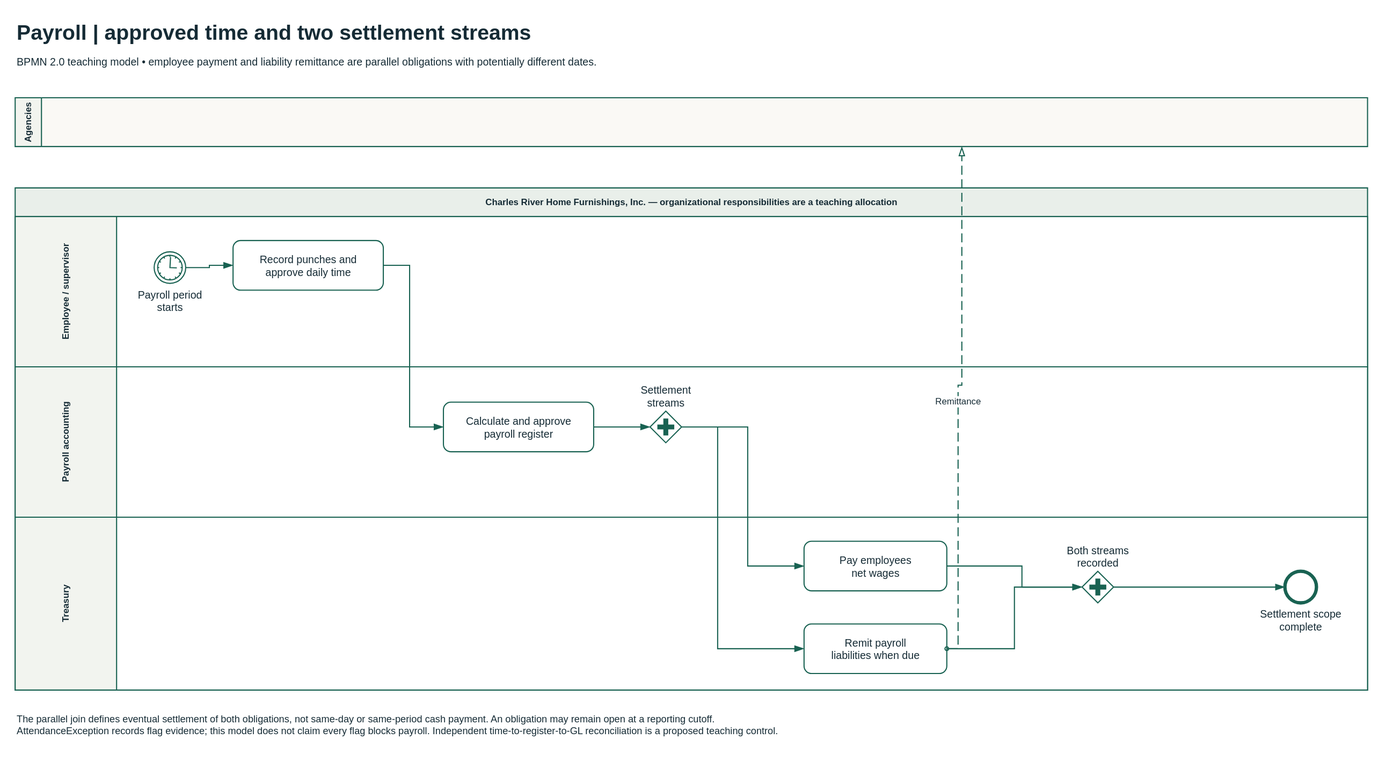
mmcodesso/CharlesRiver_Database keeps this draw.io diagram as static/diagrams/bpmn/payroll.svg. Above is the earlier version. Source tidied: cells renumbered, new cells last; positions are measured from the earlier drawing's top-left corner, leaving out a move shared by most shapes.
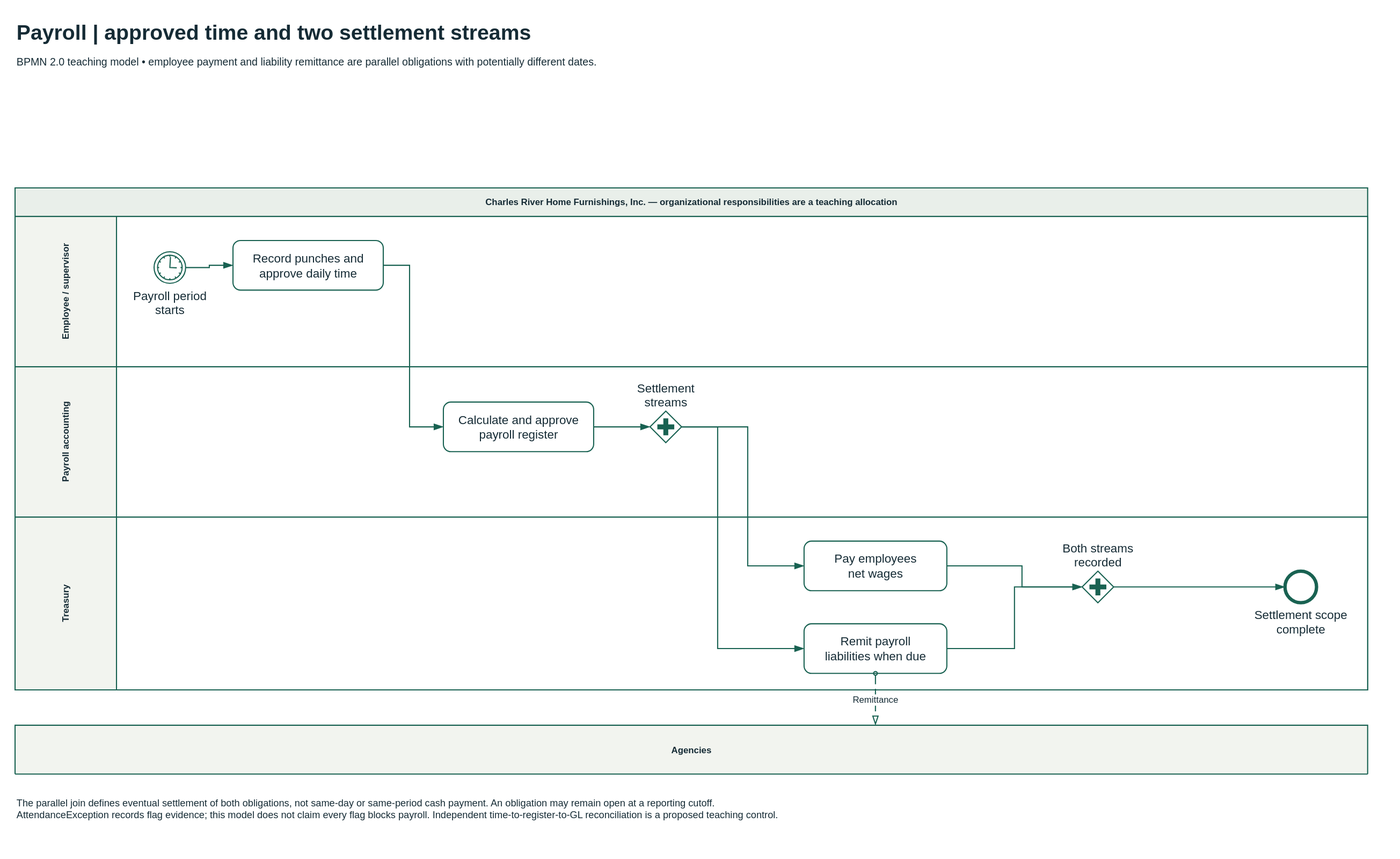
After the change.

What changed in the source:
```diff
@@ -14,38 +14,38 @@
     <mxCell id="5" value="Employee / supervisor" style="html=0;fontFamily=Arial;fontSize=14;fontColor=#152b35;strokeColor=#196252;strokeWidth=1.5;fillColor=#FFFFFF;whiteSpace=wrap;swimlane;horizontal=0;startSize=135;fontStyle=1;fillColor=#F2F4EF;swimlaneFillColor=#FFFFFF;" parent="4" vertex="1">
       <mxGeometry y="38" width="1800" height="200" as="geometry" />
     </mxCell>
-    <mxCell id="6" value="Payroll period&#10;starts" style="html=0;fontFamily=Arial;fontSize=14;fontColor=#152b35;strokeColor=#196252;strokeWidth=1.5;fillColor=#FFFFFF;whiteSpace=wrap;shape=mxgraph.bpmn.event;outline=standard;symbol=timer;perimeter=ellipsePerimeter;verticalLabelPosition=bottom;verticalAlign=top;labelBackgroundColor=#FFFFFF;labelWidth=140;" parent="5" vertex="1">
+    <mxCell id="6" value="Payroll period&#10;starts" style="html=0;fontFamily=Arial;fontColor=#152b35;strokeColor=#196252;strokeWidth=1.5;fillColor=#FFFFFF;whiteSpace=wrap;shape=mxgraph.bpmn.event;outline=standard;symbol=timer;perimeter=ellipsePerimeter;verticalLabelPosition=bottom;verticalAlign=top;labelBackgroundColor=#FFFFFF;labelWidth=140;fontSize=16;" parent="5" vertex="1">
       <mxGeometry x="185" y="47" width="42" height="42" as="geometry" />
     </mxCell>
-    <mxCell id="7" value="Record punches and&#10;approve daily time" style="html=0;fontFamily=Arial;fontSize=14;fontColor=#152b35;strokeColor=#196252;strokeWidth=1.5;fillColor=#FFFFFF;whiteSpace=wrap;shape=mxgraph.bpmn.task2;rectStyle=rounded;size=10;taskMarker=abstract;" parent="5" vertex="1">
+    <mxCell id="7" value="Record punches and&#10;approve daily time" style="html=0;fontFamily=Arial;fontColor=#152b35;strokeColor=#196252;strokeWidth=1.5;fillColor=#FFFFFF;whiteSpace=wrap;shape=mxgraph.bpmn.task2;rectStyle=rounded;size=10;taskMarker=abstract;fontSize=16;" parent="5" vertex="1">
       <mxGeometry x="290" y="32" width="200" height="66" as="geometry" />
     </mxCell>
     <mxCell id="8" value="Payroll accounting" style="html=0;fontFamily=Arial;fontSize=14;fontColor=#152b35;strokeColor=#196252;strokeWidth=1.5;fillColor=#FFFFFF;whiteSpace=wrap;swimlane;horizontal=0;startSize=135;fontStyle=1;fillColor=#F2F4EF;swimlaneFillColor=#FFFFFF;" parent="4" vertex="1">
       <mxGeometry y="238" width="1800" height="200" as="geometry" />
     </mxCell>
-    <mxCell id="9" value="Calculate and approve&#10;payroll register" style="html=0;fontFamily=Arial;fontSize=14;fontColor=#152b35;strokeColor=#196252;strokeWidth=1.5;fillColor=#FFFFFF;whiteSpace=wrap;shape=mxgraph.bpmn.task2;rectStyle=rounded;size=10;taskMarker=abstract;" parent="8" vertex="1">
+    <mxCell id="9" value="Calculate and approve&#10;payroll register" style="html=0;fontFamily=Arial;fontColor=#152b35;strokeColor=#196252;strokeWidth=1.5;fillColor=#FFFFFF;whiteSpace=wrap;shape=mxgraph.bpmn.task2;rectStyle=rounded;size=10;taskMarker=abstract;fontSize=16;" parent="8" vertex="1">
       <mxGeometry x="570" y="47" width="200" height="66" as="geometry" />
     </mxCell>
-    <mxCell id="10" value="Settlement&#10;streams" style="html=0;fontFamily=Arial;fontSize=14;fontColor=#152b35;strokeColor=#196252;strokeWidth=1.5;fillColor=#FFFFFF;whiteSpace=wrap;shape=mxgraph.bpmn.gateway2;outline=none;symbol=none;gwType=parallel;perimeter=rhombusPerimeter;verticalLabelPosition=top;verticalAlign=bottom;labelBackgroundColor=#FFFFFF;labelWidth=140;" parent="8" vertex="1">
+    <mxCell id="10" value="Settlement&#10;streams" style="html=0;fontFamily=Arial;fontColor=#152b35;strokeColor=#196252;strokeWidth=1.5;fillColor=#FFFFFF;whiteSpace=wrap;shape=mxgraph.bpmn.gateway2;outline=none;symbol=none;gwType=parallel;perimeter=rhombusPerimeter;verticalLabelPosition=top;verticalAlign=bottom;labelBackgroundColor=#FFFFFF;labelWidth=140;fontSize=16;" parent="8" vertex="1">
       <mxGeometry x="845" y="59" width="42" height="42" as="geometry" />
     </mxCell>
     <mxCell id="11" value="Treasury" style="html=0;fontFamily=Arial;fontSize=14;fontColor=#152b35;strokeColor=#196252;strokeWidth=1.5;fillColor=#FFFFFF;whiteSpace=wrap;swimlane;horizontal=0;startSize=135;fontStyle=1;fillColor=#F2F4EF;swimlaneFillColor=#FFFFFF;" parent="4" vertex="1">
       <mxGeometry y="438" width="1800" height="230" as="geometry" />
     </mxCell>
-    <mxCell id="12" value="Pay employees&#10;net wages" style="html=0;fontFamily=Arial;fontSize=14;fontColor=#152b35;strokeColor=#196252;strokeWidth=1.5;fillColor=#FFFFFF;whiteSpace=wrap;shape=mxgraph.bpmn.task2;rectStyle=rounded;size=10;taskMarker=abstract;" parent="11" vertex="1">
+    <mxCell id="12" value="Pay employees&#10;net wages" style="html=0;fontFamily=Arial;fontColor=#152b35;strokeColor=#196252;strokeWidth=1.5;fillColor=#FFFFFF;whiteSpace=wrap;shape=mxgraph.bpmn.task2;rectStyle=rounded;size=10;taskMarker=abstract;fontSize=16;" parent="11" vertex="1">
       <mxGeometry x="1050" y="32" width="190" height="66" as="geometry" />
     </mxCell>
-    <mxCell id="13" value="Remit payroll&#10;liabilities when due" style="html=0;fontFamily=Arial;fontSize=14;fontColor=#152b35;strokeColor=#196252;strokeWidth=1.5;fillColor=#FFFFFF;whiteSpace=wrap;shape=mxgraph.bpmn.task2;rectStyle=rounded;size=10;taskMarker=abstract;" parent="11" vertex="1">
+    <mxCell id="13" value="Remit payroll&#10;liabilities when due" style="html=0;fontFamily=Arial;fontColor=#152b35;strokeColor=#196252;strokeWidth=1.5;fillColor=#FFFFFF;whiteSpace=wrap;shape=mxgraph.bpmn.task2;rectStyle=rounded;size=10;taskMarker=abstract;fontSize=16;" parent="11" vertex="1">
       <mxGeometry x="1050" y="142" width="190" height="66" as="geometry" />
     </mxCell>
-    <mxCell id="14" value="Both streams&#10;recorded" style="html=0;fontFamily=Arial;fontSize=14;fontColor=#152b35;strokeColor=#196252;strokeWidth=1.5;fillColor=#FFFFFF;whiteSpace=wrap;shape=mxgraph.bpmn.gateway2;outline=none;symbol=none;gwType=parallel;perimeter=rhombusPerimeter;verticalLabelPosition=top;verticalAlign=bottom;labelBackgroundColor=#FFFFFF;labelWidth=140;" parent="11" vertex="1">
+    <mxCell id="14" value="Both streams&#10;recorded" style="html=0;fontFamily=Arial;fontColor=#152b35;strokeColor=#196252;strokeWidth=1.5;fillColor=#FFFFFF;whiteSpace=wrap;shape=mxgraph.bpmn.gateway2;outline=none;symbol=none;gwType=parallel;perimeter=rhombusPerimeter;verticalLabelPosition=top;verticalAlign=bottom;labelBackgroundColor=#FFFFFF;labelWidth=140;fontSize=16;" parent="11" vertex="1">
       <mxGeometry x="1420" y="72" width="42" height="42" as="geometry" />
     </mxCell>
-    <mxCell id="15" value="Settlement scope&#10;complete" style="html=0;fontFamily=Arial;fontSize=14;fontColor=#152b35;strokeColor=#196252;strokeWidth=1.5;fillColor=#FFFFFF;whiteSpace=wrap;shape=mxgraph.bpmn.event;outline=end;symbol=general;perimeter=ellipsePerimeter;verticalLabelPosition=bottom;verticalAlign=top;labelBackgroundColor=#FFFFFF;labelWidth=140;" parent="11" vertex="1">
+    <mxCell id="15" value="Settlement scope&#10;complete" style="html=0;fontFamily=Arial;fontColor=#152b35;strokeColor=#196252;strokeWidth=1.5;fillColor=#FFFFFF;whiteSpace=wrap;shape=mxgraph.bpmn.event;outline=end;symbol=general;perimeter=ellipsePerimeter;verticalLabelPosition=bottom;verticalAlign=top;labelBackgroundColor=#FFFFFF;labelWidth=140;fontSize=16;" parent="11" vertex="1">
       <mxGeometry x="1690" y="72" width="42" height="42" as="geometry" />
     </mxCell>
-    <mxCell id="16" value="Agencies" style="html=0;fontFamily=Arial;fontSize=14;fontColor=#152b35;strokeColor=#196252;strokeWidth=1.5;fillColor=#FFFFFF;whiteSpace=wrap;swimlane;horizontal=0;startSize=35;fillColor=#F2F4EF;swimlaneFillColor=#FAF9F5;" parent="1" vertex="1">
-      <mxGeometry y="110" width="1800" height="65" as="geometry" />
+    <mxCell id="16" value="Agencies" style="html=0;fontFamily=Arial;fontSize=14;fontColor=#152b35;strokeColor=#196252;strokeWidth=1.5;fillColor=#FFFFFF;whiteSpace=wrap;swimlane;fillColor=#F2F4EF;swimlaneFillColor=#FAF9F5;horizontal=1;startSize=65;" parent="1" vertex="1">
+      <mxGeometry y="945" width="1800" height="65" as="geometry" />
     </mxCell>
     <mxCell id="17" style="html=0;fontFamily=Arial;fontSize=14;fontColor=#152b35;strokeColor=#196252;strokeWidth=1.5;fillColor=#FFFFFF;whiteSpace=wrap;edgeStyle=orthogonalEdgeStyle;rounded=0;jettySize=15;fontSize=12;labelBackgroundColor=#FFFFFF;startArrow=none;endArrow=blockThin;endFill=1;endSize=9;" parent="1" edge="1" source="6" target="7">
       <mxGeometry relative="1" as="geometry" />
@@ -96,11 +96,15 @@
     <mxCell id="24" style="html=0;fontFamily=Arial;fontSize=14;fontColor=#152b35;strokeColor=#196252;strokeWidth=1.5;fillColor=#FFFFFF;whiteSpace=wrap;edgeStyle=orthogonalEdgeStyle;rounded=0;jettySize=15;fontSize=12;labelBackgroundColor=#FFFFFF;startArrow=none;endArrow=blockThin;endFill=1;endSize=9;" parent="1" edge="1" source="14" target="15">
       <mxGeometry relative="1" as="geometry" />
     </mxCell>
-    <mxCell id="25" value="Remittance" style="html=0;fontFamily=Arial;fontSize=14;fontColor=#152b35;strokeColor=#196252;strokeWidth=1.5;fillColor=#FFFFFF;whiteSpace=wrap;edgeStyle=orthogonalEdgeStyle;rounded=0;jettySize=15;fontSize=12;labelBackgroundColor=#FFFFFF;dashed=1;dashPattern=8 4;startArrow=oval;startFill=0;startSize=5;endArrow=blockThin;endFill=0;endSize=9;exitX=1;exitY=0.5;entryX=0.7;entryY=1;" parent="1" edge="1" source="13" target="16">
-      <mxGeometry relative="1" as="geometry" />
+    <mxCell id="25" value="Remittance" style="html=0;fontFamily=Arial;fontSize=14;fontColor=#152b35;strokeColor=#196252;strokeWidth=1.5;fillColor=#FFFFFF;whiteSpace=wrap;edgeStyle=orthogonalEdgeStyle;rounded=0;jettySize=15;fontSize=12;labelBackgroundColor=#FFFFFF;dashed=1;dashPattern=8 4;startArrow=oval;startFill=0;startSize=5;endArrow=blockThin;endFill=0;endSize=9;exitX=0.5;exitY=1;entryX=0.6361;entryY=0;" parent="1" edge="1" source="13" target="16">
+      <mxGeometry relative="1" as="geometry">
+        <Array as="points">
+          <mxPoint x="1145" y="920" />
+        </Array>
+      </mxGeometry>
     </mxCell>
     <mxCell id="26" value="The parallel join defines eventual settlement of both obligations, not same-day or same-period cash payment. An obligation may remain open at a reporting cutoff.&#10;AttendanceException records flag evidence; this model does not claim every flag blocks payroll. Independent time-to-register-to-GL reconciliation is a proposed teaching control." style="html=0;fontFamily=Arial;fontSize=14;fontColor=#152b35;strokeColor=#196252;strokeWidth=1.5;fillColor=#FFFFFF;whiteSpace=wrap;text;strokeColor=none;fillColor=none;fontSize=13;align=left;" parent="1" vertex="1">
-      <mxGeometry y="922" width="1800" height="48" as="geometry" />
+      <mxGeometry y="1034" width="1800" height="48" as="geometry" />
     </mxCell>
   </root>
 </mxGraphModel>
```
